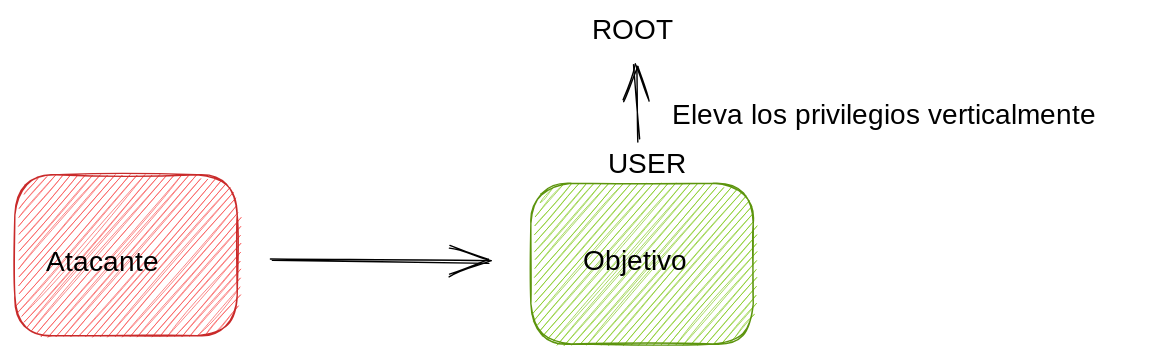
This is .gitbook/assets/file.excalidraw.svg from 4c65a/Great-Hacker-GitBook, a Excalidraw export, as it was before one commit. Source tidied: one line per element, renumbered; positions are measured from the earlier drawing's top-left corner, leaving out a move shared by most shapes.
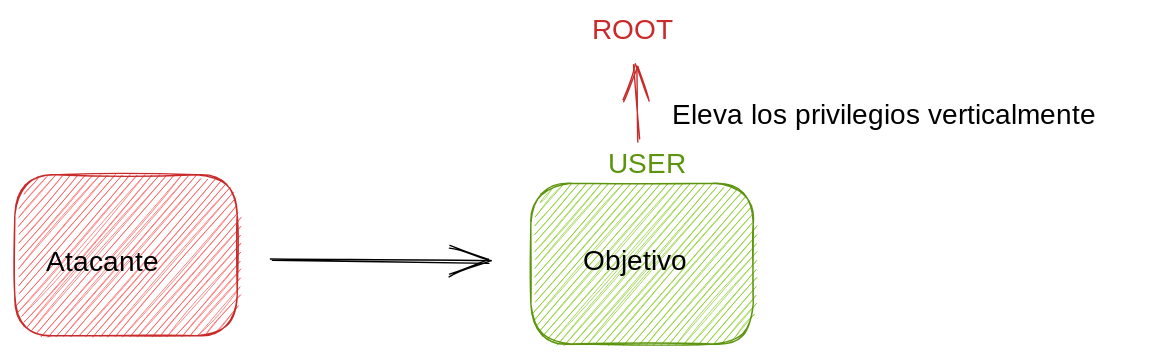
Above is the later version.

Commit message:
GITBOOK-576: Escalada de privilegios posterior a la explotación

Change to the diagram source:
```diff
@@ -3,7 +3,7 @@
 {"id": 2, "type": "arrow", "strokeColor": "#000000", "backgroundColor": "#82c91e", "fillStyle": "hachure", "strokeWidth": 1, "roughness": 1, "endArrowhead": "arrow", "round": true, "from": 0, "x": 184, "y": 176, "width": 154, "height": 2, "points": [[0, 0], [154, 2]]}
 {"id": 3, "type": "text", "text": "Atacante", "strokeColor": "#000000", "backgroundColor": "#82c91e", "fillStyle": "hachure", "strokeWidth": 1, "roughness": 1, "fontSize": 20, "fontFamily": 1, "x": 22, "y": 166, "width": 93, "height": 25}
 {"id": 4, "type": "text", "text": "Objetivo", "strokeColor": "#000000", "backgroundColor": "#82c91e", "fillStyle": "hachure", "strokeWidth": 1, "roughness": 1, "fontSize": 20, "fontFamily": 1, "x": 406, "y": 165, "width": 79, "height": 25}
-{"id": 5, "type": "arrow", "strokeColor": "#000000", "backgroundColor": "#82c91e", "fillStyle": "hachure", "strokeWidth": 1, "roughness": 1, "endArrowhead": "arrow", "round": true, "from": 7, "to": 6, "x": 446, "y": 90, "width": 3, "height": 53, "points": [[0, 0], [-3, -53]]}
+{"id": 5, "type": "arrow", "strokeColor": "#c92a2a", "backgroundColor": "#82c91e", "fillStyle": "hachure", "strokeWidth": 1, "roughness": 1, "endArrowhead": "arrow", "round": true, "from": 7, "to": 6, "x": 446, "y": 90, "width": 3, "height": 53, "points": [[0, 0], [-3, -53]]}
-{"id": 6, "type": "text", "text": "ROOT", "strokeColor": "#000000", "backgroundColor": "#82c91e", "fillStyle": "hachure", "strokeWidth": 1, "roughness": 1, "fontSize": 20, "fontFamily": 1, "x": 413, "y": 0, "width": 59, "height": 25}
+{"id": 6, "type": "text", "text": "ROOT", "strokeColor": "#c92a2a", "backgroundColor": "#82c91e", "fillStyle": "hachure", "strokeWidth": 1, "roughness": 1, "fontSize": 20, "fontFamily": 1, "x": 413, "y": 0, "width": 59, "height": 25}
-{"id": 7, "type": "text", "text": "USER", "strokeColor": "#000000", "backgroundColor": "#82c91e", "fillStyle": "hachure", "strokeWidth": 1, "roughness": 1, "fontSize": 20, "fontFamily": 1, "x": 424, "y": 96, "width": 53, "height": 25}
+{"id": 7, "type": "text", "text": "USER", "strokeColor": "#5c940d", "backgroundColor": "#82c91e", "fillStyle": "hachure", "strokeWidth": 1, "roughness": 1, "fontSize": 20, "fontFamily": 1, "x": 424, "y": 96, "width": 53, "height": 25}
 {"id": 8, "type": "text", "text": "Eleva los privilegios verticalmente", "strokeColor": "#000000", "backgroundColor": "#82c91e", "fillStyle": "hachure", "strokeWidth": 1, "roughness": 1, "fontSize": 20, "fontFamily": 1, "x": 470, "y": 61, "width": 330, "height": 25}
```
